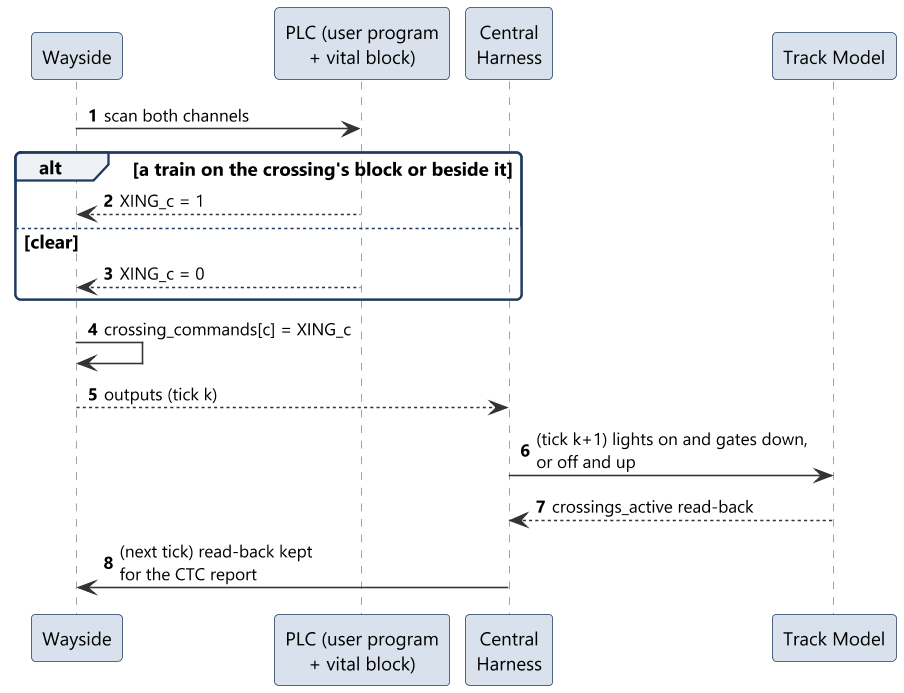
The PlantUML diagram documents/uml/track_ctrl_hw/sd13_crossings.png in Landiss04/Track-Overflow, before a commit. The source it was exported from:
```plantuml
@startuml sd13_crossings
!include ../style.iuml
autonumber

participant "Wayside" as W
participant "PLC (user program\n+ vital block)" as PLC
participant "Central\nHarness" as H
participant "Track Model" as TM

W -> PLC : scan both channels
alt a train on the crossing's block or beside it
  PLC --> W : XING_c = 1
else clear
  PLC --> W : XING_c = 0
end
W -> W : crossing_commands[c] = XING_c
W --> H : outputs (tick k)
H -> TM : (tick k+1) lights on and gates down,\nor off and up
TM --> H : crossings_active read-back
H -> W : (next tick) read-back kept\nfor the CTC report
@enduml
```
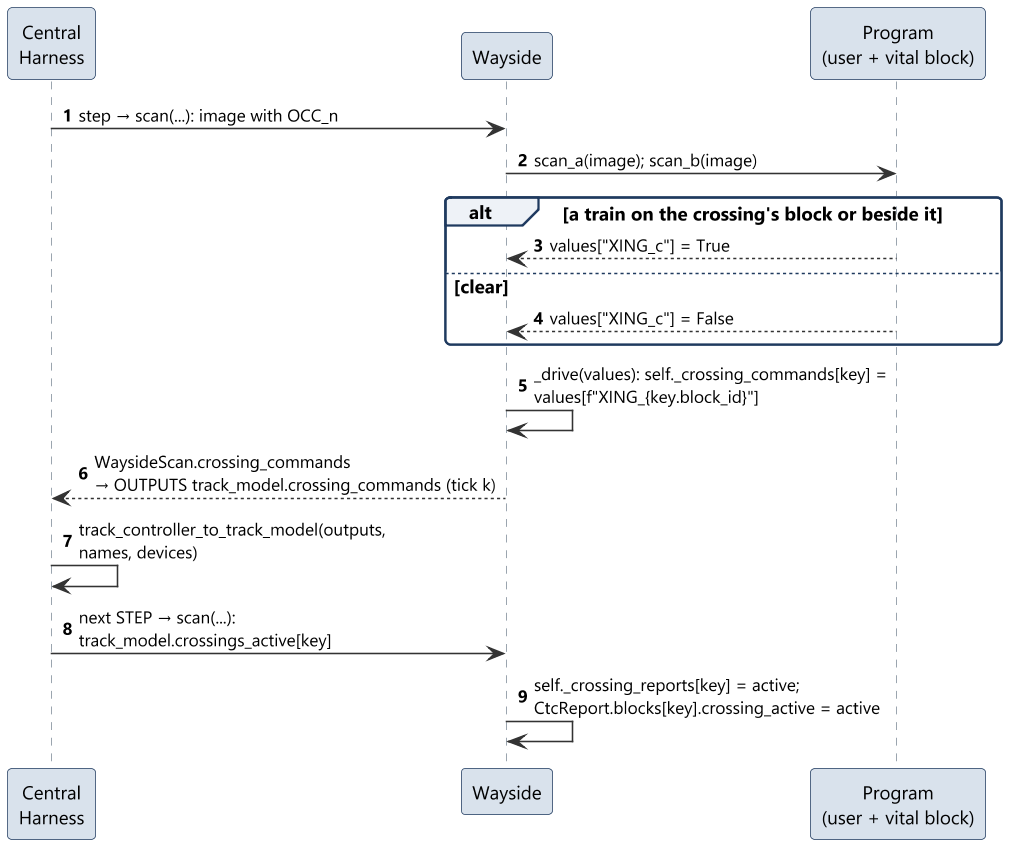
Later version of the same file.

Change to the diagram source:
```diff
@@ -2,20 +2,20 @@
 !include ../style.iuml
 autonumber
 
+participant "Central\nHarness" as H
 participant "Wayside" as W
-participant "PLC (user program\n+ vital block)" as PLC
-participant "Central\nHarness" as H
-participant "Track Model" as TM
+participant "Program\n(user + vital block)" as PLC
 
-W -> PLC : scan both channels
+H -> W : step → scan(...): image with OCC_n
+W -> PLC : scan_a(image); scan_b(image)
 alt a train on the crossing's block or beside it
-  PLC --> W : XING_c = 1
+  PLC --> W : values["XING_c"] = True
 else clear
-  PLC --> W : XING_c = 0
+  PLC --> W : values["XING_c"] = False
 end
-W -> W : crossing_commands[c] = XING_c
-W --> H : outputs (tick k)
-H -> TM : (tick k+1) lights on and gates down,\nor off and up
-TM --> H : crossings_active read-back
-H -> W : (next tick) read-back kept\nfor the CTC report
+W -> W : _drive(values): self._crossing_commands[key] =\nvalues[f"XING_{key.block_id}"]
+W --> H : WaysideScan.crossing_commands\n→ OUTPUTS track_model.crossing_commands (tick k)
+H -> H : track_controller_to_track_model(outputs,\nnames, devices)
+H -> W : next STEP → scan(...):\ntrack_model.crossings_active[key]
+W -> W : self._crossing_reports[key] = active;\nCtcReport.blocks[key].crossing_active = active
 @enduml
```
